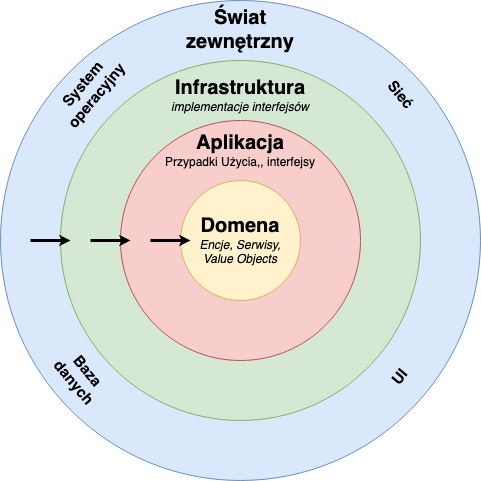
The draw.io diagram diagrams/2_1_diagram.drawio.png in Enforcer/implementing-the-clean-architecture, before a commit. Source tidied: cells renumbered, new cells last; positions are measured from the earlier drawing's top-left corner, leaving out a move shared by most shapes.
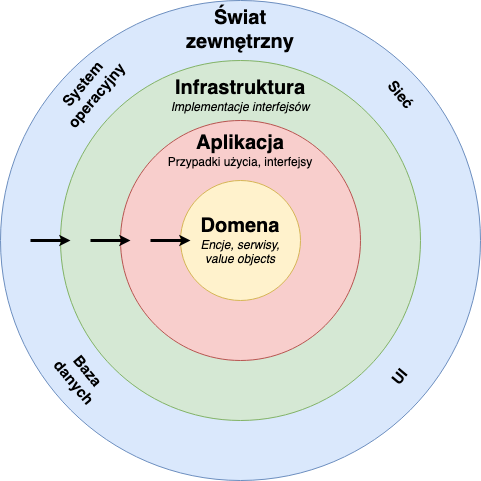
The same diagram one commit later.

What changed in the source:
```diff
@@ -11,13 +11,13 @@
     <mxCell id="4" value="&lt;div&gt;&lt;br&gt;&lt;/div&gt;" style="ellipse;whiteSpace=wrap;html=1;rounded=1;shadow=0;comic=0;fillColor=#f8cecc;strokeColor=#b85450;" parent="1" vertex="1">
       <mxGeometry x="120" y="120" width="240" height="240" as="geometry" />
     </mxCell>
-    <mxCell id="5" value="&lt;b&gt;&lt;font style=&quot;font-size: 20px&quot;&gt;Domena&lt;/font&gt;&lt;/b&gt;&lt;div&gt;&lt;i&gt;Encje, Serwisy,&lt;/i&gt;&lt;/div&gt;&lt;div&gt;&lt;i&gt;Value Objects&lt;br&gt;&lt;/i&gt;&lt;/div&gt;" style="ellipse;whiteSpace=wrap;html=1;rounded=1;shadow=0;comic=0;fillColor=#fff2cc;strokeColor=#d6b656;gradientColor=none;" parent="1" vertex="1">
+    <mxCell id="5" value="&lt;b&gt;&lt;font style=&quot;font-size: 20px&quot;&gt;Domena&lt;/font&gt;&lt;/b&gt;&lt;div&gt;&lt;i&gt;Encje, serwisy,&lt;/i&gt;&lt;/div&gt;&lt;div&gt;&lt;i&gt;value objects&lt;br&gt;&lt;/i&gt;&lt;/div&gt;" style="ellipse;whiteSpace=wrap;html=1;rounded=1;shadow=0;comic=0;fillColor=#fff2cc;strokeColor=#d6b656;gradientColor=none;" parent="1" vertex="1">
       <mxGeometry x="180" y="180" width="120" height="120" as="geometry" />
     </mxCell>
-    <mxCell id="6" value="&lt;font style=&quot;font-size: 20px&quot;&gt;&lt;b&gt;Aplikacja&lt;/b&gt;&lt;/font&gt;&lt;div&gt;Przypadki Użycia,, interfejsy&lt;/div&gt;" style="text;html=1;strokeColor=none;fillColor=none;align=center;verticalAlign=middle;whiteSpace=wrap;rounded=0;shadow=1;comic=0;" parent="1" vertex="1">
+    <mxCell id="6" value="&lt;font style=&quot;font-size: 20px&quot;&gt;&lt;b&gt;Aplikacja&lt;/b&gt;&lt;/font&gt;&lt;div&gt;Przypadki użycia, interfejsy&lt;/div&gt;" style="text;html=1;strokeColor=none;fillColor=none;align=center;verticalAlign=middle;whiteSpace=wrap;rounded=0;shadow=1;comic=0;" parent="1" vertex="1">
       <mxGeometry x="160" y="140" width="160" height="20" as="geometry" />
     </mxCell>
-    <mxCell id="7" value="&lt;b&gt;&lt;font style=&quot;font-size: 20px&quot;&gt;Infrastruktura&lt;/font&gt;&lt;/b&gt;&lt;div&gt;&lt;font style=&quot;font-size: 12px&quot;&gt;&lt;i&gt;implementacje interfejsów&lt;/i&gt;&lt;/font&gt;&lt;/div&gt;" style="text;html=1;strokeColor=none;fillColor=none;align=center;verticalAlign=middle;whiteSpace=wrap;rounded=0;shadow=1;comic=0;" parent="1" vertex="1">
+    <mxCell id="7" value="&lt;b&gt;&lt;font style=&quot;font-size: 20px&quot;&gt;Infrastruktura&lt;/font&gt;&lt;/b&gt;&lt;div&gt;&lt;font style=&quot;font-size: 12px&quot;&gt;&lt;i&gt;Implementacje interfejsów&lt;/i&gt;&lt;/font&gt;&lt;/div&gt;" style="text;html=1;strokeColor=none;fillColor=none;align=center;verticalAlign=middle;whiteSpace=wrap;rounded=0;shadow=1;comic=0;" parent="1" vertex="1">
       <mxGeometry x="150" y="85" width="180" height="20" as="geometry" />
     </mxCell>
     <mxCell id="8" value="Baza danych" style="text;html=1;strokeColor=none;fillColor=none;align=center;verticalAlign=middle;whiteSpace=wrap;rounded=0;shadow=1;comic=0;rotation=50;fontStyle=1;fontSize=15;" parent="1" vertex="1">
```
